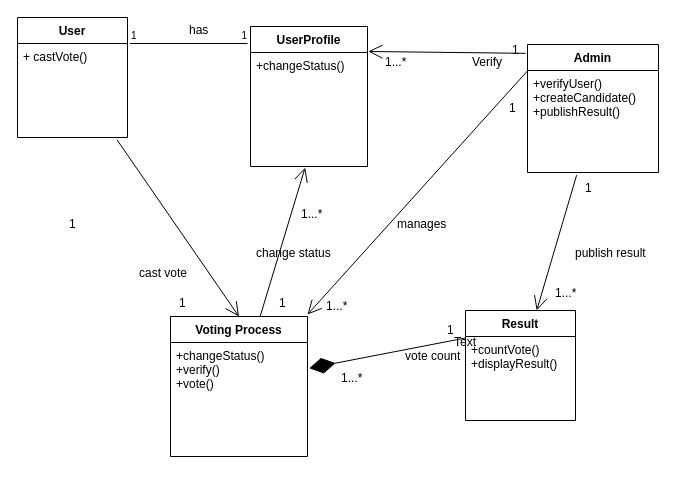
Earlier version of the draw.io diagram Conceptual activity Diagram.drawio (matic14/BLockVote-UML-Diagram). Source tidied: cells renumbered, new cells numbered last; positions are measured from the earlier drawing's top-left corner, leaving out a move shared by most shapes. Both pictures are drawn from the tidied source at 100%, with x=0, y=0 at pixel (17, 17).
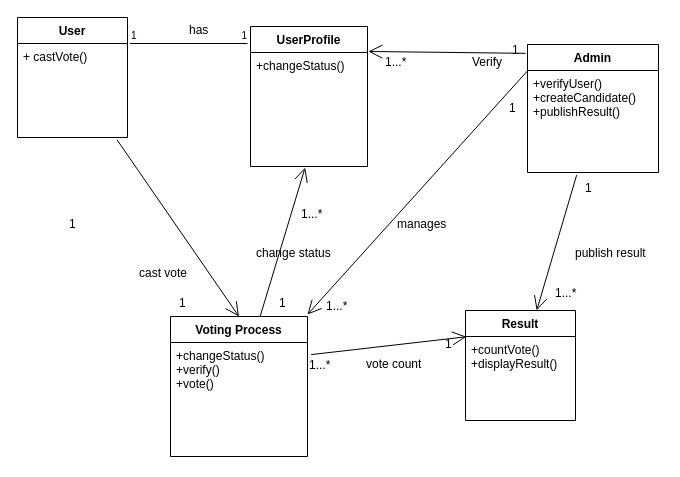
Above is the later version.

The change refers to these unchanged cells:
```xml
<mxCell id="4" value="Result" style="swimlane;fontStyle=1;align=center;verticalAlign=top;horizontal=1;startSize=26;" parent="1" vertex="1">
  <mxGeometry x="448" y="293" width="110" height="110" as="geometry" />
</mxCell>
<mxCell id="7" value="+changeStatus()&#10;+verify()&#10;+vote()" style="text;strokeColor=none;fillColor=none;align=left;verticalAlign=top;spacingLeft=4;spacingRight=4;overflow=hidden;points=[[0,0.5],[1,0.5]];portConstraint=eastwest;" parent="6" vertex="1">
  <mxGeometry y="26" width="137" height="114" as="geometry" />
</mxCell>
```

What changed in the source:
```diff
@@
-    <mxCell id="8" style="endArrow=diamondThin;endFill=1;endSize=24;html=1;exitX=0;exitY=0.25;exitDx=0;exitDy=0;entryX=1.012;entryY=0.226;entryDx=0;entryDy=0;entryPerimeter=0;" parent="1" edge="1" source="4" target="7">
-      <mxGeometry relative="1" as="geometry" />
-    </mxCell>
@@
     <mxCell id="32" value="vote count" style="text;html=1;align=left;verticalAlign=top;spacingTop=-4;" parent="1" vertex="1">
-      <mxGeometry x="386" y="329" width="70" height="20" as="geometry" />
+      <mxGeometry x="347" y="337" width="70" height="20" as="geometry" />
     </mxCell>
     <mxCell id="33" value="1...*" style="text;html=1;points=[];align=left;verticalAlign=top;spacingTop=-4;" parent="1" vertex="1">
-      <mxGeometry x="322" y="351" width="40" height="20" as="geometry" />
+      <mxGeometry x="290" y="338" width="40" height="20" as="geometry" />
     </mxCell>
     <mxCell id="34" value="1" style="text;html=1;points=[];align=left;verticalAlign=top;spacingTop=-4;" parent="1" vertex="1">
-      <mxGeometry x="428" y="303" width="20" height="20" as="geometry" />
+      <mxGeometry x="426" y="317" width="20" height="20" as="geometry" />
     </mxCell>
@@
-    <mxCell id="40" value="Text" style="text;html=1;align=left;verticalAlign=top;spacingTop=-4;" parent="1" vertex="1">
-      <mxGeometry x="435" y="315" width="40" height="20" as="geometry" />
-    </mxCell>
+    <mxCell id="41" style="endArrow=open;endFill=1;endSize=12;html=1;exitX=0.09;exitY=-0.044;exitDx=0;exitDy=0;exitPerimeter=0;entryX=1.144;entryY=0.112;entryDx=0;entryDy=0;entryPerimeter=0;" parent="1" edge="1" source="33" target="34">
+      <mxGeometry relative="1" as="geometry" />
+    </mxCell>
```
